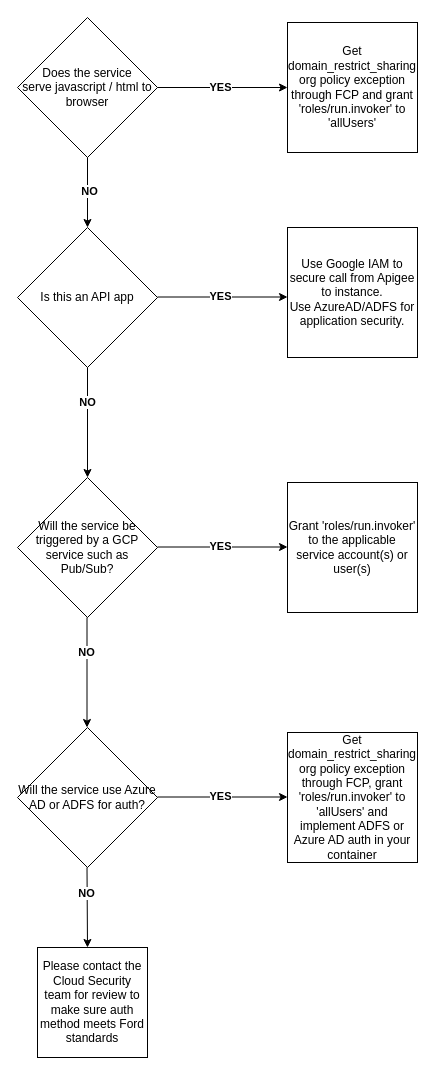
The draw.io diagram charts/Untitled Diagram.drawio in rmdwyer/flow-charts, before the edit. Source tidied: cells renumbered, new cells numbered last; positions are measured from the earlier drawing's top-left corner, leaving out a move shared by most shapes. Both pictures are drawn from the tidied source at 100%, with x=0, y=0 at pixel (17, 17).
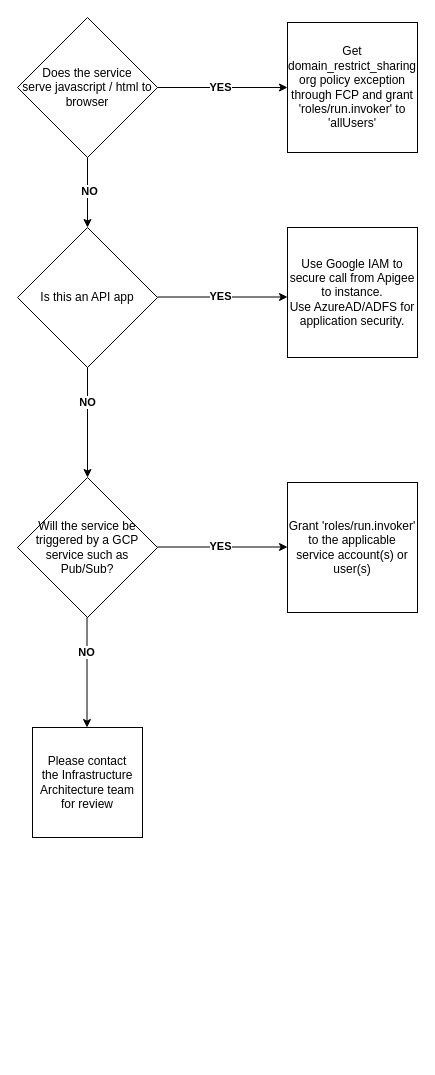
Above is the later version.

The edit, as a diff of the source:
```diff
@@
-    <mxCell id="16" value="Will the service use Azure AD or ADFS for auth?" style="rhombus;whiteSpace=wrap;html=1;" parent="1" vertex="1">
-      <mxGeometry y="710" width="140" height="140" as="geometry" />
-    </mxCell>
-    <mxCell id="17" style="endArrow=classic;html=1;rounded=0;" parent="1" edge="1">
-      <mxGeometry relative="1" as="geometry">
-        <mxPoint x="140" y="779.5" as="sourcePoint" />
-        <mxPoint x="270" y="779.5" as="targetPoint" />
-      </mxGeometry>
-    </mxCell>
-    <mxCell id="18" value="YES" style="edgeLabel;html=1;align=center;verticalAlign=middle;fontStyle=1;" parent="17" vertex="1">
-      <mxGeometry x="-0.05" y="1" relative="1" as="geometry" />
-    </mxCell>
-    <mxCell id="19" value="Get domain_restrict_sharing org policy exception through FCP, grant 'roles/run.invoker' to 'allUsers' and implement ADFS or Azure AD auth in your container" style="whiteSpace=wrap;html=1;" parent="1" vertex="1">
-      <mxGeometry x="270" y="715" width="130" height="130" as="geometry" />
-    </mxCell>
-    <mxCell id="20" style="endArrow=classic;html=1;rounded=0;exitX=0.5;exitY=1;exitDx=0;exitDy=0;" parent="1" edge="1">
-      <mxGeometry relative="1" as="geometry">
-        <mxPoint x="69.5" y="850" as="sourcePoint" />
-        <mxPoint x="70" y="930" as="targetPoint" />
-      </mxGeometry>
-    </mxCell>
-    <mxCell id="21" value="NO" style="edgeLabel;html=1;align=center;verticalAlign=middle;fontStyle=1;" parent="20" vertex="1">
-      <mxGeometry x="-0.38" y="-1" relative="1" as="geometry" />
-    </mxCell>
-    <mxCell id="22" value="Please contact the Cloud Security team for review to make sure auth method meets Ford standards" style="whiteSpace=wrap;html=1;" parent="1" vertex="1">
-      <mxGeometry x="20" y="930" width="110" height="110" as="geometry" />
+    <mxCell id="22" value="Please contact the&amp;nbsp;Infrastructure Architecture team for review" style="whiteSpace=wrap;html=1;" parent="1" vertex="1">
+      <mxGeometry x="15" y="710" width="110" height="110" as="geometry" />
     </mxCell>
```
